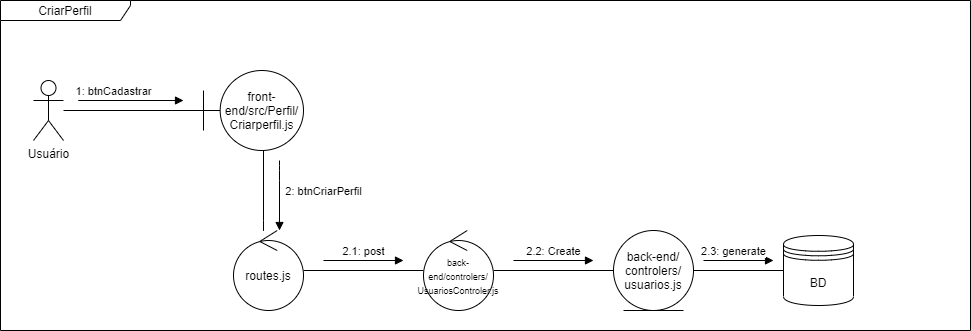
Above: docs/Aps/Diagrama_comunicação-criar_usuario.png in dsm-cefet-rj/trabalho-integrado-2020-1-grupo-6 (draw.io), before the change. Source tidied: cells renumbered, new cells last; positions are measured from the earlier drawing's top-left corner, leaving out a move shared by most shapes.
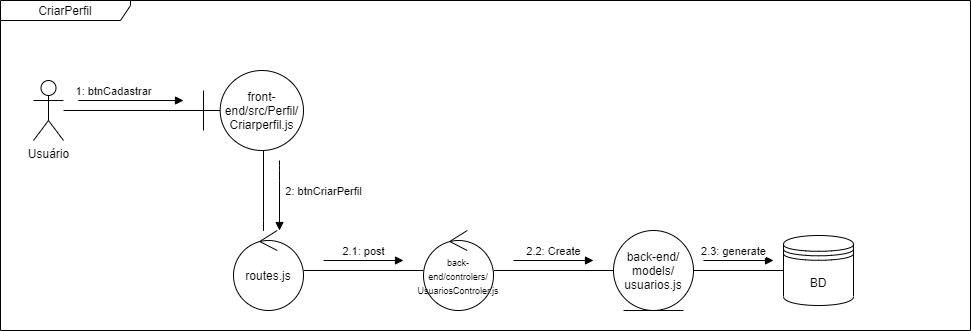
The same diagram one commit later.

Diff of the diagram source:
```diff
@@ -61,7 +61,7 @@
     <mxCell id="14" style="edgeStyle=orthogonalEdgeStyle;rounded=0;jettySize=auto;html=1;endArrow=none;endFill=0;" parent="1" edge="1" source="15" target="16">
       <mxGeometry relative="1" as="geometry" />
     </mxCell>
-    <mxCell id="15" value="back-end/ controlers/ usuarios.js" style="ellipse;shape=umlEntity;whiteSpace=wrap;html=1;" parent="1" vertex="1">
+    <mxCell id="15" value="back-end/ models/ usuarios.js" style="ellipse;shape=umlEntity;whiteSpace=wrap;html=1;" parent="1" vertex="1">
       <mxGeometry x="613" y="230" width="80" height="80" as="geometry" />
     </mxCell>
     <mxCell id="16" value="BD" style="shape=datastore;whiteSpace=wrap;html=1;" parent="1" vertex="1">
```
